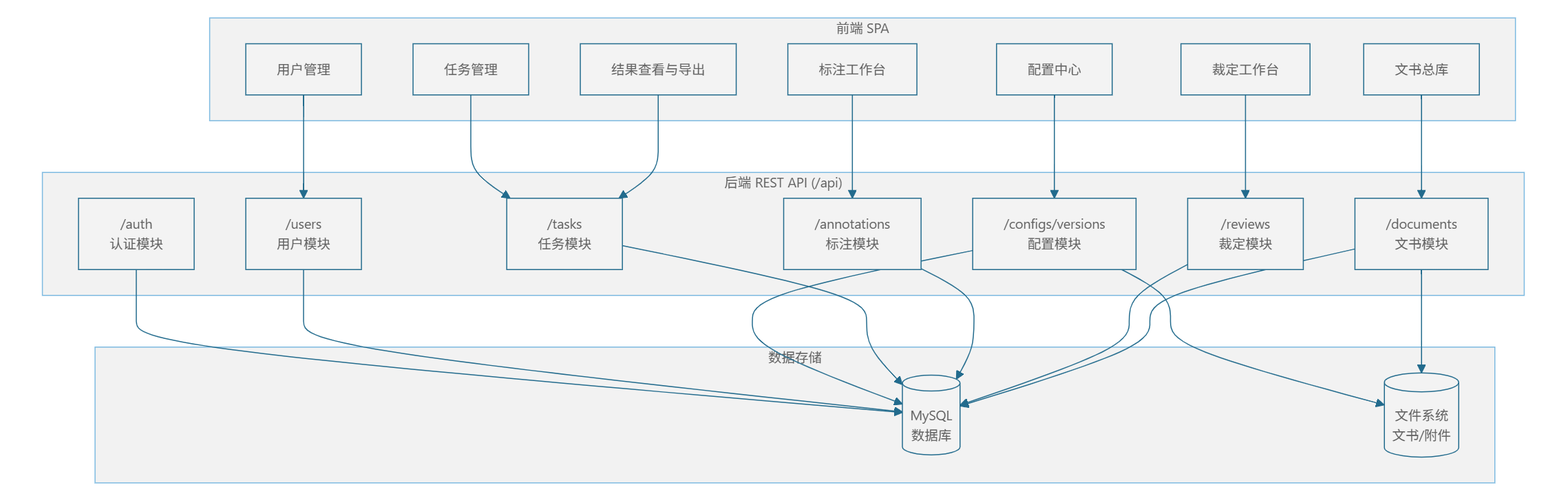
The Mermaid diagram docs/img/P3-系统模块架构.png in MiaoYuxuan123/Judgement-Annotation-Platform, before a commit. Its source is kept beside it as docs/img/P3-系统模块架构.mmd.
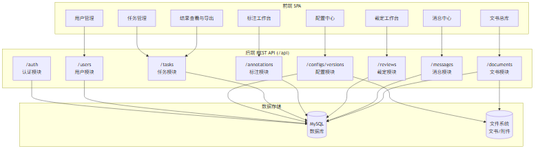
The same diagram one commit later.

Change to the diagram source:
```diff
@@ -8,6 +8,7 @@
         A["标注工作台"]
         R["裁定工作台"]
         E["结果查看与导出"]
+        M["消息中心"]
     end
 
     subgraph 后端["后端 REST API (/api)"]
@@ -19,6 +20,7 @@
         Tasks["/tasks<br/>任务模块"]
         Anno["/annotations<br/>标注模块"]
         Rev["/reviews<br/>裁定模块"]
+        Msg["/messages<br/>消息模块"]
     end
 
     subgraph 存储["数据存储"]
@@ -33,6 +35,7 @@
     A --> Anno
     R --> Rev
     E --> Tasks
+    M --> Msg
 
     Auth --> MySQL
     Users --> MySQL
@@ -41,5 +44,6 @@
     Tasks --> MySQL
     Anno --> MySQL
     Rev --> MySQL
+    Msg --> MySQL
     Docs --> MySQL
     Docs --> FS
```
